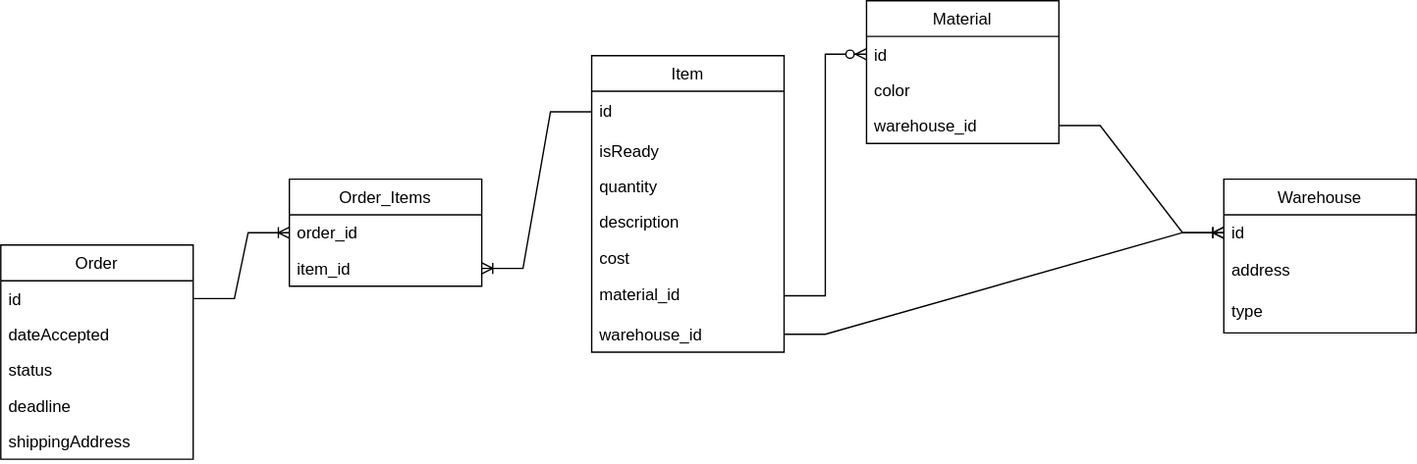
Earlier version of the draw.io export img/db_uml.svg (Jaycobe/bmstu-ppo). Source tidied: cells renumbered, new cells last; positions are measured from the earlier drawing's top-left corner, leaving out a move shared by most shapes. Its diagram source:
```xml
<mxGraphModel>
  <root>
    <mxCell id="0" />
    <mxCell id="1" parent="0" />
    <mxCell id="2" value="Order" style="swimlane;fontStyle=0;horizontal=1;startSize=26;fillColor=none;" parent="1" vertex="1">
      <mxGeometry y="178" width="140" height="156" as="geometry" />
    </mxCell>
    <mxCell id="3" value="id" style="text;strokeColor=none;fillColor=none;align=left;verticalAlign=top;spacingLeft=4;spacingRight=4;overflow=hidden;points=[[0,0.5],[1,0.5]];portConstraint=eastwest;" parent="2" vertex="1">
      <mxGeometry y="26" width="140" height="26" as="geometry" />
    </mxCell>
    <mxCell id="4" value="dateAccepted" style="text;strokeColor=none;fillColor=none;align=left;verticalAlign=top;spacingLeft=4;spacingRight=4;overflow=hidden;" parent="2" vertex="1">
      <mxGeometry y="52" width="140" height="26" as="geometry" />
    </mxCell>
    <mxCell id="5" value="status" style="text;strokeColor=none;fillColor=none;align=left;verticalAlign=top;spacingLeft=4;spacingRight=4;overflow=hidden;" parent="2" vertex="1">
      <mxGeometry y="78" width="140" height="26" as="geometry" />
    </mxCell>
    <mxCell id="6" value="deadline" style="text;strokeColor=none;fillColor=none;align=left;verticalAlign=top;spacingLeft=4;spacingRight=4;overflow=hidden;" parent="2" vertex="1">
      <mxGeometry y="104" width="140" height="26" as="geometry" />
    </mxCell>
    <mxCell id="7" value="shippingAddress" style="text;strokeColor=none;fillColor=none;align=left;verticalAlign=top;spacingLeft=4;spacingRight=4;overflow=hidden;" parent="2" vertex="1">
      <mxGeometry y="130" width="140" height="26" as="geometry" />
    </mxCell>
    <mxCell id="8" value="Item" style="swimlane;fontStyle=0;horizontal=1;startSize=26;fillColor=none;" parent="1" vertex="1">
      <mxGeometry x="430" y="40" width="140" height="216" as="geometry" />
    </mxCell>
    <mxCell id="9" value="id" style="text;strokeColor=none;fillColor=none;align=left;verticalAlign=middle;spacingLeft=4;spacingRight=4;overflow=hidden;points=[[0,0.5],[1,0.5]];portConstraint=eastwest;whiteSpace=wrap;html=1;" parent="8" vertex="1">
      <mxGeometry y="26" width="140" height="30" as="geometry" />
    </mxCell>
    <mxCell id="10" value="isReady" style="text;strokeColor=none;fillColor=none;align=left;verticalAlign=top;spacingLeft=4;spacingRight=4;overflow=hidden;" parent="8" vertex="1">
      <mxGeometry y="56" width="140" height="26" as="geometry" />
    </mxCell>
    <mxCell id="11" value="quantity" style="text;strokeColor=none;fillColor=none;align=left;verticalAlign=top;spacingLeft=4;spacingRight=4;overflow=hidden;" parent="8" vertex="1">
      <mxGeometry y="82" width="140" height="26" as="geometry" />
    </mxCell>
    <mxCell id="12" value="description" style="text;strokeColor=none;fillColor=none;align=left;verticalAlign=top;spacingLeft=4;spacingRight=4;overflow=hidden;" parent="8" vertex="1">
      <mxGeometry y="108" width="140" height="26" as="geometry" />
    </mxCell>
    <mxCell id="13" value="cost" style="text;strokeColor=none;fillColor=none;align=left;verticalAlign=top;spacingLeft=4;spacingRight=4;overflow=hidden;" parent="8" vertex="1">
      <mxGeometry y="134" width="140" height="26" as="geometry" />
    </mxCell>
    <mxCell id="14" value="material_id" style="text;strokeColor=none;fillColor=none;align=left;verticalAlign=middle;spacingLeft=4;spacingRight=4;overflow=hidden;points=[[0,0.5],[1,0.5]];portConstraint=eastwest;whiteSpace=wrap;html=1;" parent="8" vertex="1">
      <mxGeometry y="160" width="140" height="30" as="geometry" />
    </mxCell>
    <mxCell id="15" value="warehouse_id" style="text;strokeColor=none;fillColor=none;align=left;verticalAlign=top;spacingLeft=4;spacingRight=4;overflow=hidden;points=[[0,0.5],[1,0.5]];portConstraint=eastwest;" parent="8" vertex="1">
      <mxGeometry y="190" width="140" height="26" as="geometry" />
    </mxCell>
    <mxCell id="16" value="Material" style="swimlane;fontStyle=0;horizontal=1;startSize=26;fillColor=none;" parent="1" vertex="1">
      <mxGeometry x="630" width="140" height="104" as="geometry" />
    </mxCell>
    <mxCell id="17" value="id" style="text;strokeColor=none;fillColor=none;align=left;verticalAlign=top;spacingLeft=4;spacingRight=4;overflow=hidden;points=[[0,0.5],[1,0.5]];portConstraint=eastwest;" parent="16" vertex="1">
      <mxGeometry y="26" width="140" height="26" as="geometry" />
    </mxCell>
    <mxCell id="18" value="color" style="text;strokeColor=none;fillColor=none;align=left;verticalAlign=top;spacingLeft=4;spacingRight=4;overflow=hidden;" parent="16" vertex="1">
      <mxGeometry y="52" width="140" height="26" as="geometry" />
    </mxCell>
    <mxCell id="19" value="warehouse_id" style="text;strokeColor=none;fillColor=none;align=left;verticalAlign=top;spacingLeft=4;spacingRight=4;overflow=hidden;points=[[0,0.5],[1,0.5]];portConstraint=eastwest;" parent="16" vertex="1">
      <mxGeometry y="78" width="140" height="26" as="geometry" />
    </mxCell>
    <mxCell id="20" value="Warehouse" style="swimlane;fontStyle=0;horizontal=1;startSize=26;fillColor=none;" parent="1" vertex="1">
      <mxGeometry x="890" y="130" width="140" height="112" as="geometry" />
    </mxCell>
    <mxCell id="21" value="id" style="text;strokeColor=none;fillColor=none;align=left;verticalAlign=top;spacingLeft=4;spacingRight=4;overflow=hidden;points=[[0,0.5],[1,0.5]];portConstraint=eastwest;" parent="20" vertex="1">
      <mxGeometry y="26" width="140" height="26" as="geometry" />
    </mxCell>
    <mxCell id="22" value="address" style="text;strokeColor=none;fillColor=none;align=left;verticalAlign=middle;spacingLeft=4;spacingRight=4;overflow=hidden;whiteSpace=wrap;html=1;" parent="20" vertex="1">
      <mxGeometry y="52" width="140" height="30" as="geometry" />
    </mxCell>
    <mxCell id="23" value="type" style="text;strokeColor=none;fillColor=none;align=left;verticalAlign=middle;spacingLeft=4;spacingRight=4;overflow=hidden;whiteSpace=wrap;html=1;" parent="20" vertex="1">
      <mxGeometry y="82" width="140" height="30" as="geometry" />
    </mxCell>
    <mxCell id="24" style="edgeStyle=entityRelationEdgeStyle;fontSize=12;html=1;endArrow=ERzeroToMany;endFill=1;rounded=0;exitX=1;exitY=0.5;exitDx=0;exitDy=0;entryX=0;entryY=0.5;entryDx=0;entryDy=0;" parent="1" edge="1" source="14" target="17">
      <mxGeometry relative="1" as="geometry" />
    </mxCell>
    <mxCell id="25" value="Order_Items" style="swimlane;fontStyle=0;horizontal=1;startSize=26;fillColor=none;" parent="1" vertex="1">
      <mxGeometry x="210" y="130" width="140" height="78" as="geometry" />
    </mxCell>
    <mxCell id="26" value="order_id" style="text;strokeColor=none;fillColor=none;align=left;verticalAlign=top;spacingLeft=4;spacingRight=4;overflow=hidden;points=[[0,0.5],[1,0.5]];portConstraint=eastwest;" parent="25" vertex="1">
      <mxGeometry y="26" width="140" height="26" as="geometry" />
    </mxCell>
    <mxCell id="27" value="item_id" style="text;strokeColor=none;fillColor=none;align=left;verticalAlign=top;spacingLeft=4;spacingRight=4;overflow=hidden;points=[[0,0.5],[1,0.5]];portConstraint=eastwest;" parent="25" vertex="1">
      <mxGeometry y="52" width="140" height="26" as="geometry" />
    </mxCell>
    <mxCell id="28" style="edgeStyle=entityRelationEdgeStyle;fontSize=12;html=1;endArrow=ERoneToMany;rounded=0;entryX=0;entryY=0.5;entryDx=0;entryDy=0;exitX=1;exitY=0.5;exitDx=0;exitDy=0;" parent="1" edge="1" source="15" target="21">
      <mxGeometry relative="1" as="geometry" />
    </mxCell>
    <mxCell id="29" style="edgeStyle=entityRelationEdgeStyle;fontSize=12;html=1;endArrow=ERoneToMany;rounded=0;entryX=0;entryY=0.5;entryDx=0;entryDy=0;exitX=1;exitY=0.5;exitDx=0;exitDy=0;" parent="1" edge="1" source="19" target="21">
      <mxGeometry relative="1" as="geometry" />
    </mxCell>
    <mxCell id="30" style="edgeStyle=entityRelationEdgeStyle;fontSize=12;html=1;endArrow=ERoneToMany;rounded=0;exitX=1;exitY=0.5;exitDx=0;exitDy=0;entryX=0;entryY=0.5;entryDx=0;entryDy=0;" parent="1" edge="1" source="3" target="26">
      <mxGeometry relative="1" as="geometry" />
    </mxCell>
    <mxCell id="31" style="edgeStyle=entityRelationEdgeStyle;fontSize=12;html=1;endArrow=ERoneToMany;rounded=0;entryX=1;entryY=0.5;entryDx=0;entryDy=0;exitX=0;exitY=0.5;exitDx=0;exitDy=0;" parent="1" edge="1" source="9" target="27">
      <mxGeometry relative="1" as="geometry" />
    </mxCell>
  </root>
</mxGraphModel>
```
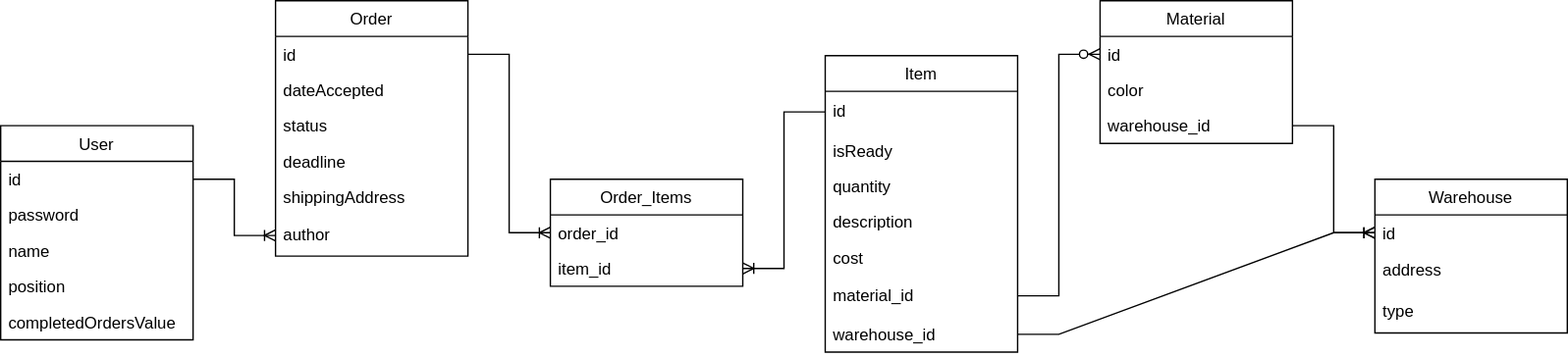
After the change.

What changed in the source:
```diff
@@ -3,7 +3,7 @@
     <mxCell id="0" />
     <mxCell id="1" parent="0" />
     <mxCell id="2" value="Order" style="swimlane;fontStyle=0;horizontal=1;startSize=26;fillColor=none;" parent="1" vertex="1">
-      <mxGeometry y="178" width="140" height="156" as="geometry" />
+      <mxGeometry x="30" width="140" height="186" as="geometry" />
     </mxCell>
     <mxCell id="3" value="id" style="text;strokeColor=none;fillColor=none;align=left;verticalAlign=top;spacingLeft=4;spacingRight=4;overflow=hidden;points=[[0,0.5],[1,0.5]];portConstraint=eastwest;" parent="2" vertex="1">
       <mxGeometry y="26" width="140" height="26" as="geometry" />
@@ -20,6 +20,9 @@
     <mxCell id="7" value="shippingAddress" style="text;strokeColor=none;fillColor=none;align=left;verticalAlign=top;spacingLeft=4;spacingRight=4;overflow=hidden;" parent="2" vertex="1">
       <mxGeometry y="130" width="140" height="26" as="geometry" />
     </mxCell>
+    <mxCell id="32" value="author" style="text;strokeColor=none;fillColor=none;align=left;verticalAlign=middle;spacingLeft=4;spacingRight=4;overflow=hidden;points=[[0,0.5],[1,0.5]];portConstraint=eastwest;whiteSpace=wrap;html=1;" parent="2" vertex="1">
+      <mxGeometry y="156" width="140" height="30" as="geometry" />
+    </mxCell>
     <mxCell id="8" value="Item" style="swimlane;fontStyle=0;horizontal=1;startSize=26;fillColor=none;" parent="1" vertex="1">
       <mxGeometry x="430" y="40" width="140" height="216" as="geometry" />
     </mxCell>
@@ -57,7 +60,7 @@
       <mxGeometry y="78" width="140" height="26" as="geometry" />
     </mxCell>
     <mxCell id="20" value="Warehouse" style="swimlane;fontStyle=0;horizontal=1;startSize=26;fillColor=none;" parent="1" vertex="1">
-      <mxGeometry x="890" y="130" width="140" height="112" as="geometry" />
+      <mxGeometry x="830" y="130" width="140" height="112" as="geometry" />
     </mxCell>
     <mxCell id="21" value="id" style="text;strokeColor=none;fillColor=none;align=left;verticalAlign=top;spacingLeft=4;spacingRight=4;overflow=hidden;points=[[0,0.5],[1,0.5]];portConstraint=eastwest;" parent="20" vertex="1">
       <mxGeometry y="26" width="140" height="26" as="geometry" />
@@ -72,7 +75,7 @@
       <mxGeometry relative="1" as="geometry" />
     </mxCell>
     <mxCell id="25" value="Order_Items" style="swimlane;fontStyle=0;horizontal=1;startSize=26;fillColor=none;" parent="1" vertex="1">
-      <mxGeometry x="210" y="130" width="140" height="78" as="geometry" />
+      <mxGeometry x="230" y="130" width="140" height="78" as="geometry" />
     </mxCell>
     <mxCell id="26" value="order_id" style="text;strokeColor=none;fillColor=none;align=left;verticalAlign=top;spacingLeft=4;spacingRight=4;overflow=hidden;points=[[0,0.5],[1,0.5]];portConstraint=eastwest;" parent="25" vertex="1">
       <mxGeometry y="26" width="140" height="26" as="geometry" />
@@ -92,5 +95,26 @@
     <mxCell id="31" style="edgeStyle=entityRelationEdgeStyle;fontSize=12;html=1;endArrow=ERoneToMany;rounded=0;entryX=1;entryY=0.5;entryDx=0;entryDy=0;exitX=0;exitY=0.5;exitDx=0;exitDy=0;" parent="1" edge="1" source="9" target="27">
       <mxGeometry relative="1" as="geometry" />
     </mxCell>
+    <mxCell id="33" value="User" style="swimlane;fontStyle=0;horizontal=1;startSize=26;fillColor=none;" parent="1" vertex="1">
+      <mxGeometry x="-170" y="91" width="140" height="156" as="geometry" />
+    </mxCell>
+    <mxCell id="34" value="id" style="text;strokeColor=none;fillColor=none;align=left;verticalAlign=top;spacingLeft=4;spacingRight=4;overflow=hidden;points=[[0,0.5],[1,0.5]];portConstraint=eastwest;" parent="33" vertex="1">
+      <mxGeometry y="26" width="140" height="26" as="geometry" />
+    </mxCell>
+    <mxCell id="35" value="password" style="text;strokeColor=none;fillColor=none;align=left;verticalAlign=top;spacingLeft=4;spacingRight=4;overflow=hidden;" parent="33" vertex="1">
+      <mxGeometry y="52" width="140" height="26" as="geometry" />
+    </mxCell>
+    <mxCell id="36" value="name" style="text;strokeColor=none;fillColor=none;align=left;verticalAlign=top;spacingLeft=4;spacingRight=4;overflow=hidden;" parent="33" vertex="1">
+      <mxGeometry y="78" width="140" height="26" as="geometry" />
+    </mxCell>
+    <mxCell id="37" value="position" style="text;strokeColor=none;fillColor=none;align=left;verticalAlign=top;spacingLeft=4;spacingRight=4;overflow=hidden;" parent="33" vertex="1">
+      <mxGeometry y="104" width="140" height="26" as="geometry" />
+    </mxCell>
+    <mxCell id="38" value="completedOrdersValue" style="text;strokeColor=none;fillColor=none;align=left;verticalAlign=top;spacingLeft=4;spacingRight=4;overflow=hidden;" parent="33" vertex="1">
+      <mxGeometry y="130" width="140" height="26" as="geometry" />
+    </mxCell>
+    <mxCell id="39" style="edgeStyle=entityRelationEdgeStyle;fontSize=12;html=1;endArrow=ERoneToMany;rounded=0;exitX=1;exitY=0.5;exitDx=0;exitDy=0;entryX=0;entryY=0.5;entryDx=0;entryDy=0;" parent="1" edge="1" source="34" target="32">
+      <mxGeometry relative="1" as="geometry" />
+    </mxCell>
   </root>
 </mxGraphModel>
```
